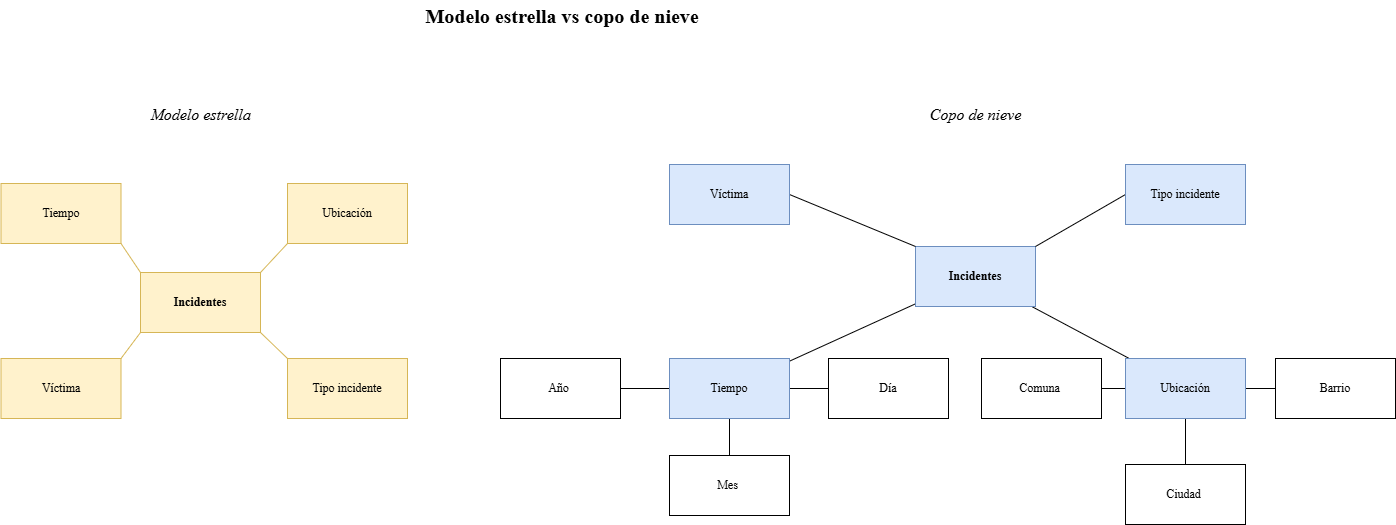
Earlier version of the draw.io export images/Arquitectura monolítica-Página-4.drawio.png (mitigacionJulian/tesis). Source tidied: cells renumbered, new cells last; positions are measured from the earlier drawing's top-left corner, leaving out a move shared by most shapes.
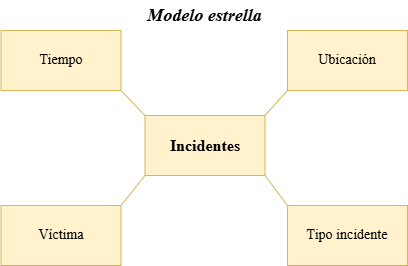
The same file after the commit.

Change to the diagram source:
```diff
@@ -2,104 +2,35 @@
   <root>
     <mxCell id="0" />
     <mxCell id="1" parent="0" />
-    <mxCell id="2" value="Modelo estrella vs copo de nieve" style="text;html=1;whiteSpace=wrap;strokeColor=none;fillColor=none;align=center;verticalAlign=middle;rounded=0;fontSize=20;fontFamily=Times New Roman;fontStyle=1;" parent="1" vertex="1">
-      <mxGeometry x="421" width="280" height="30" as="geometry" />
-    </mxCell>
-    <mxCell id="3" style="rounded=0;jettySize=auto;html=1;fontSize=12;startSize=8;endSize=8;endArrow=none;endFill=0;entryX=0;entryY=1;entryDx=0;entryDy=0;exitX=1;exitY=0;exitDx=0;exitDy=0;fontFamily=Times New Roman;fillColor=#fff2cc;strokeColor=#d6b656;" parent="1" edge="1" source="5" target="7">
+    <mxCell id="3" style="rounded=0;jettySize=auto;html=1;fontSize=14;startSize=8;endSize=8;endArrow=none;endFill=0;entryX=0;entryY=1;entryDx=0;entryDy=0;exitX=1;exitY=0;exitDx=0;exitDy=0;fontFamily=Times New Roman;fillColor=#fff2cc;strokeColor=#d6b656;" parent="1" edge="1" source="5" target="7">
       <mxGeometry relative="1" as="geometry" />
     </mxCell>
-    <mxCell id="4" style="rounded=0;jettySize=auto;html=1;fontSize=12;startSize=8;endSize=8;endArrow=none;endFill=0;entryX=1;entryY=1;entryDx=0;entryDy=0;exitX=0;exitY=0;exitDx=0;exitDy=0;fontFamily=Times New Roman;fillColor=#fff2cc;strokeColor=#d6b656;" parent="1" edge="1" source="5" target="6">
+    <mxCell id="4" style="rounded=0;jettySize=auto;html=1;fontSize=14;startSize=8;endSize=8;endArrow=none;endFill=0;entryX=1;entryY=1;entryDx=0;entryDy=0;exitX=0;exitY=0;exitDx=0;exitDy=0;fontFamily=Times New Roman;fillColor=#fff2cc;strokeColor=#d6b656;" parent="1" edge="1" source="5" target="6">
       <mxGeometry relative="1" as="geometry" />
     </mxCell>
-    <mxCell id="5" value="Incidentes" style="whiteSpace=wrap;html=1;fontFamily=Times New Roman;fillColor=#fff2cc;strokeColor=#d6b656;fontStyle=1;" parent="1" vertex="1">
-      <mxGeometry x="139" y="272" width="120" height="60" as="geometry" />
+    <mxCell id="5" value="Incidentes" style="whiteSpace=wrap;html=1;fontFamily=Times New Roman;fillColor=#fff2cc;strokeColor=#d6b656;fontStyle=1;fontSize=16;" parent="1" vertex="1">
+      <mxGeometry x="143.5" y="268" width="120" height="60" as="geometry" />
     </mxCell>
-    <mxCell id="6" value="Tiempo" style="whiteSpace=wrap;html=1;fontFamily=Times New Roman;fillColor=#fff2cc;strokeColor=#d6b656;" parent="1" vertex="1">
+    <mxCell id="6" value="Tiempo" style="whiteSpace=wrap;html=1;fontFamily=Times New Roman;fillColor=#fff2cc;strokeColor=#d6b656;fontSize=14;" parent="1" vertex="1">
       <mxGeometry x="-0.5" y="183" width="120" height="60" as="geometry" />
     </mxCell>
-    <mxCell id="7" value="Ubicación" style="whiteSpace=wrap;html=1;fontFamily=Times New Roman;fillColor=#fff2cc;strokeColor=#d6b656;" parent="1" vertex="1">
+    <mxCell id="7" value="Ubicación" style="whiteSpace=wrap;html=1;fontFamily=Times New Roman;fillColor=#fff2cc;strokeColor=#d6b656;fontSize=14;" parent="1" vertex="1">
       <mxGeometry x="286" y="183" width="120" height="60" as="geometry" />
     </mxCell>
-    <mxCell id="8" style="rounded=0;jettySize=auto;html=1;entryX=1;entryY=1;entryDx=0;entryDy=0;fontSize=12;startSize=8;endSize=8;exitX=0;exitY=0;exitDx=0;exitDy=0;endArrow=none;endFill=0;fontFamily=Times New Roman;fillColor=#fff2cc;strokeColor=#d6b656;" parent="1" edge="1" source="9" target="5">
+    <mxCell id="8" style="rounded=0;jettySize=auto;html=1;entryX=1;entryY=1;entryDx=0;entryDy=0;fontSize=14;startSize=8;endSize=8;exitX=0;exitY=0;exitDx=0;exitDy=0;endArrow=none;endFill=0;fontFamily=Times New Roman;fillColor=#fff2cc;strokeColor=#d6b656;" parent="1" edge="1" source="9" target="5">
       <mxGeometry relative="1" as="geometry" />
     </mxCell>
-    <mxCell id="9" value="Tipo incidente" style="whiteSpace=wrap;html=1;fontFamily=Times New Roman;fillColor=#fff2cc;strokeColor=#d6b656;" parent="1" vertex="1">
+    <mxCell id="9" value="Tipo incidente" style="whiteSpace=wrap;html=1;fontFamily=Times New Roman;fillColor=#fff2cc;strokeColor=#d6b656;fontSize=14;" parent="1" vertex="1">
       <mxGeometry x="286" y="358" width="120" height="60" as="geometry" />
     </mxCell>
-    <mxCell id="10" style="rounded=0;jettySize=auto;html=1;entryX=0;entryY=1;entryDx=0;entryDy=0;fontSize=12;startSize=8;endSize=8;exitX=1;exitY=0;exitDx=0;exitDy=0;endArrow=none;endFill=0;fontFamily=Times New Roman;fillColor=#fff2cc;strokeColor=#d6b656;" parent="1" edge="1" source="11" target="5">
+    <mxCell id="10" style="rounded=0;jettySize=auto;html=1;entryX=0;entryY=1;entryDx=0;entryDy=0;fontSize=14;startSize=8;endSize=8;exitX=1;exitY=0;exitDx=0;exitDy=0;endArrow=none;endFill=0;fontFamily=Times New Roman;fillColor=#fff2cc;strokeColor=#d6b656;" parent="1" edge="1" source="11" target="5">
       <mxGeometry relative="1" as="geometry" />
     </mxCell>
-    <mxCell id="11" value="Víctima" style="whiteSpace=wrap;html=1;fontFamily=Times New Roman;fillColor=#fff2cc;strokeColor=#d6b656;" parent="1" vertex="1">
+    <mxCell id="11" value="Víctima" style="whiteSpace=wrap;html=1;fontFamily=Times New Roman;fillColor=#fff2cc;strokeColor=#d6b656;fontSize=14;" parent="1" vertex="1">
       <mxGeometry x="-0.5" y="358" width="120" height="60" as="geometry" />
     </mxCell>
-    <mxCell id="12" style="rounded=0;jettySize=auto;html=1;fontSize=12;startSize=8;endSize=8;endArrow=none;endFill=0;fontFamily=Times New Roman;" parent="1" edge="1" source="14" target="22">
-      <mxGeometry relative="1" as="geometry" />
-    </mxCell>
-    <mxCell id="13" style="rounded=0;jettySize=auto;html=1;fontSize=12;startSize=8;endSize=8;endArrow=none;endFill=0;fontFamily=Times New Roman;" parent="1" edge="1" source="14" target="18">
-      <mxGeometry relative="1" as="geometry" />
-    </mxCell>
-    <mxCell id="14" value="Incidentes" style="whiteSpace=wrap;html=1;fontFamily=Times New Roman;fontStyle=1;fillColor=#dae8fc;strokeColor=#6c8ebf;" parent="1" vertex="1">
-      <mxGeometry x="914" y="246" width="120" height="60" as="geometry" />
-    </mxCell>
-    <mxCell id="15" style="rounded=0;jettySize=auto;html=1;fontSize=12;startSize=8;endSize=8;endArrow=none;endFill=0;fontFamily=Times New Roman;" parent="1" edge="1" source="18" target="32">
-      <mxGeometry relative="1" as="geometry" />
-    </mxCell>
-    <mxCell id="16" style="rounded=0;jettySize=auto;html=1;fontSize=12;startSize=8;endSize=8;endArrow=none;endFill=0;fontFamily=Times New Roman;" parent="1" edge="1" source="18" target="31">
-      <mxGeometry relative="1" as="geometry" />
-    </mxCell>
-    <mxCell id="17" style="rounded=0;jettySize=auto;html=1;fontSize=12;startSize=8;endSize=8;endArrow=none;endFill=0;fontFamily=Times New Roman;" parent="1" edge="1" source="18" target="30">
-      <mxGeometry relative="1" as="geometry" />
-    </mxCell>
-    <mxCell id="18" value="Tiempo" style="whiteSpace=wrap;html=1;fontFamily=Times New Roman;fillColor=#dae8fc;strokeColor=#6c8ebf;" parent="1" vertex="1">
-      <mxGeometry x="668" y="358" width="120" height="60" as="geometry" />
-    </mxCell>
-    <mxCell id="19" style="rounded=0;jettySize=auto;html=1;fontSize=12;startSize=8;endSize=8;endArrow=none;endFill=0;fontFamily=Times New Roman;" parent="1" edge="1" source="22" target="27">
-      <mxGeometry relative="1" as="geometry" />
-    </mxCell>
-    <mxCell id="20" style="rounded=0;jettySize=auto;html=1;fontSize=12;startSize=8;endSize=8;endArrow=none;endFill=0;fontFamily=Times New Roman;" parent="1" edge="1" source="22" target="28">
-      <mxGeometry relative="1" as="geometry" />
-    </mxCell>
-    <mxCell id="21" style="rounded=0;jettySize=auto;html=1;fontSize=12;startSize=8;endSize=8;endArrow=none;endFill=0;fontFamily=Times New Roman;" parent="1" edge="1" source="22" target="29">
-      <mxGeometry relative="1" as="geometry" />
-    </mxCell>
-    <mxCell id="22" value="Ubicación" style="whiteSpace=wrap;html=1;fontFamily=Times New Roman;fillColor=#dae8fc;strokeColor=#6c8ebf;" parent="1" vertex="1">
-      <mxGeometry x="1124" y="358" width="120" height="60" as="geometry" />
-    </mxCell>
-    <mxCell id="23" style="rounded=0;jettySize=auto;html=1;entryX=1;entryY=0;entryDx=0;entryDy=0;fontSize=12;startSize=8;endSize=8;exitX=0;exitY=0.5;exitDx=0;exitDy=0;endArrow=none;endFill=0;fontFamily=Times New Roman;" parent="1" edge="1" source="24" target="14">
-      <mxGeometry relative="1" as="geometry" />
-    </mxCell>
-    <mxCell id="24" value="Tipo incidente" style="whiteSpace=wrap;html=1;fontFamily=Times New Roman;fillColor=#dae8fc;strokeColor=#6c8ebf;" parent="1" vertex="1">
-      <mxGeometry x="1124" y="164" width="120" height="60" as="geometry" />
-    </mxCell>
-    <mxCell id="25" style="rounded=0;jettySize=auto;html=1;entryX=0;entryY=0;entryDx=0;entryDy=0;fontSize=12;startSize=8;endSize=8;exitX=1;exitY=0.5;exitDx=0;exitDy=0;endArrow=none;endFill=0;fontFamily=Times New Roman;" parent="1" edge="1" source="26" target="14">
-      <mxGeometry relative="1" as="geometry" />
-    </mxCell>
-    <mxCell id="26" value="Víctima" style="whiteSpace=wrap;html=1;fontFamily=Times New Roman;fillColor=#dae8fc;strokeColor=#6c8ebf;" parent="1" vertex="1">
-      <mxGeometry x="668" y="164" width="120" height="60" as="geometry" />
-    </mxCell>
-    <mxCell id="27" value="Ciudad&amp;nbsp;" style="whiteSpace=wrap;html=1;fontFamily=Times New Roman;" parent="1" vertex="1">
-      <mxGeometry x="1124" y="464" width="120" height="60" as="geometry" />
-    </mxCell>
-    <mxCell id="28" value="Comuna&amp;nbsp;" style="whiteSpace=wrap;html=1;fontFamily=Times New Roman;" parent="1" vertex="1">
-      <mxGeometry x="980" y="358" width="120" height="60" as="geometry" />
-    </mxCell>
-    <mxCell id="29" value="Barrio" style="whiteSpace=wrap;html=1;fontFamily=Times New Roman;" parent="1" vertex="1">
-      <mxGeometry x="1274" y="358" width="120" height="60" as="geometry" />
-    </mxCell>
-    <mxCell id="30" value="Año&amp;nbsp;" style="whiteSpace=wrap;html=1;fontFamily=Times New Roman;" parent="1" vertex="1">
-      <mxGeometry x="499" y="358" width="120" height="60" as="geometry" />
-    </mxCell>
-    <mxCell id="31" value="Mes&amp;nbsp;" style="whiteSpace=wrap;html=1;fontFamily=Times New Roman;" parent="1" vertex="1">
-      <mxGeometry x="668" y="455" width="120" height="60" as="geometry" />
-    </mxCell>
-    <mxCell id="32" value="Día" style="whiteSpace=wrap;html=1;fontFamily=Times New Roman;" parent="1" vertex="1">
-      <mxGeometry x="827" y="358" width="120" height="60" as="geometry" />
-    </mxCell>
-    <mxCell id="33" value="Modelo estrella" style="text;html=1;whiteSpace=wrap;strokeColor=none;fillColor=none;align=center;verticalAlign=middle;rounded=0;fontSize=16;fontFamily=Times New Roman;fontStyle=2;" parent="1" vertex="1">
-      <mxGeometry x="119.5" y="99" width="159" height="30" as="geometry" />
+    <mxCell id="33" value="Modelo estrella" style="text;html=1;whiteSpace=wrap;strokeColor=none;fillColor=none;align=center;verticalAlign=middle;rounded=0;fontSize=18;fontFamily=Times New Roman;fontStyle=3;" parent="1" vertex="1">
+      <mxGeometry x="124" y="153" width="159" height="30" as="geometry" />
     </mxCell>
-    <mxCell id="34" value="Copo de nieve" style="text;html=1;whiteSpace=wrap;strokeColor=none;fillColor=none;align=center;verticalAlign=middle;rounded=0;fontSize=16;fontFamily=Times New Roman;fontStyle=2;" parent="1" vertex="1">
-      <mxGeometry x="890.5" y="99" width="167" height="30" as="geometry" />
-    </mxCell>
   </root>
 </mxGraphModel>
```
